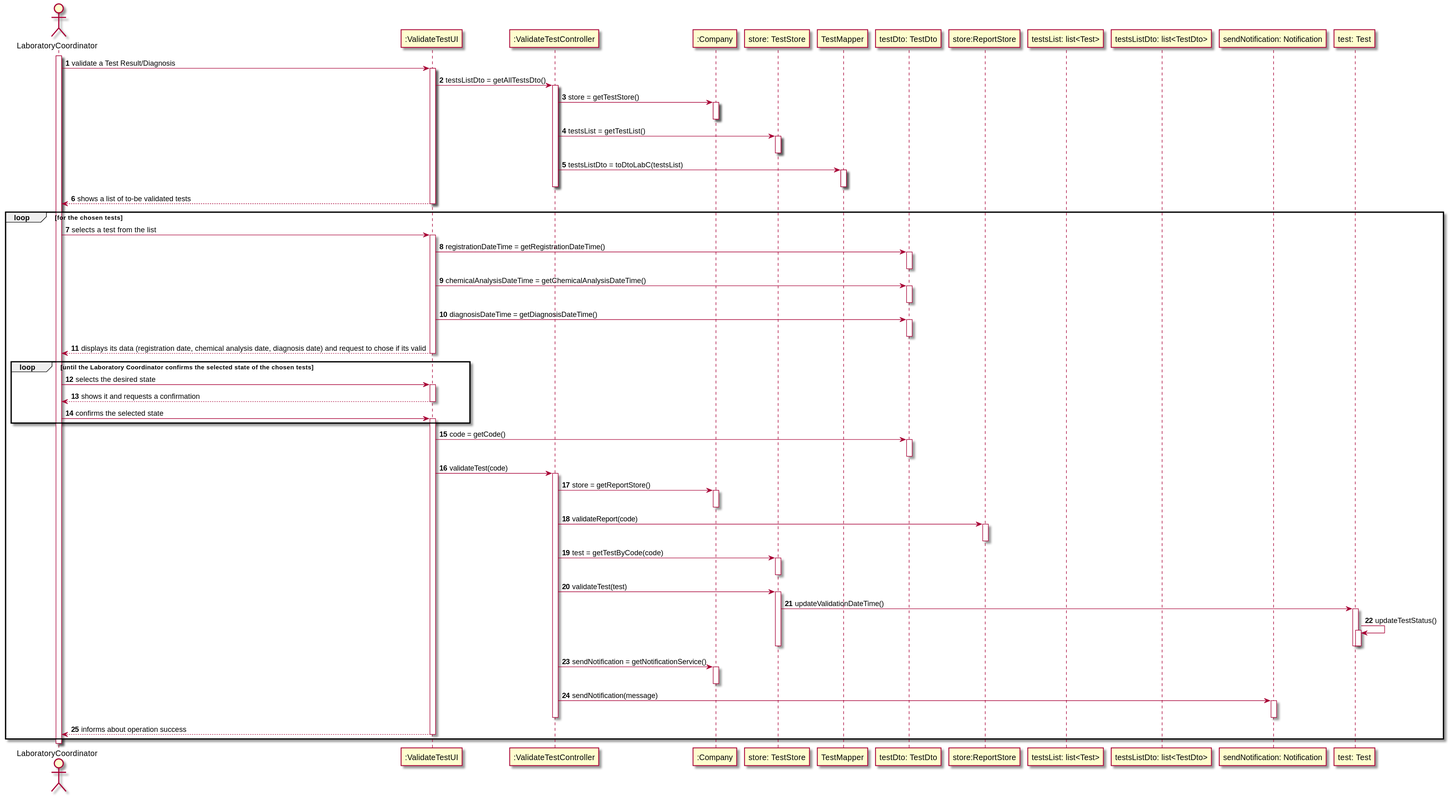
The PlantUML diagram docs/SprintC/US15/US15-SD.svg in 0franciscor/lei-21-s2-1de-g19, before a commit.
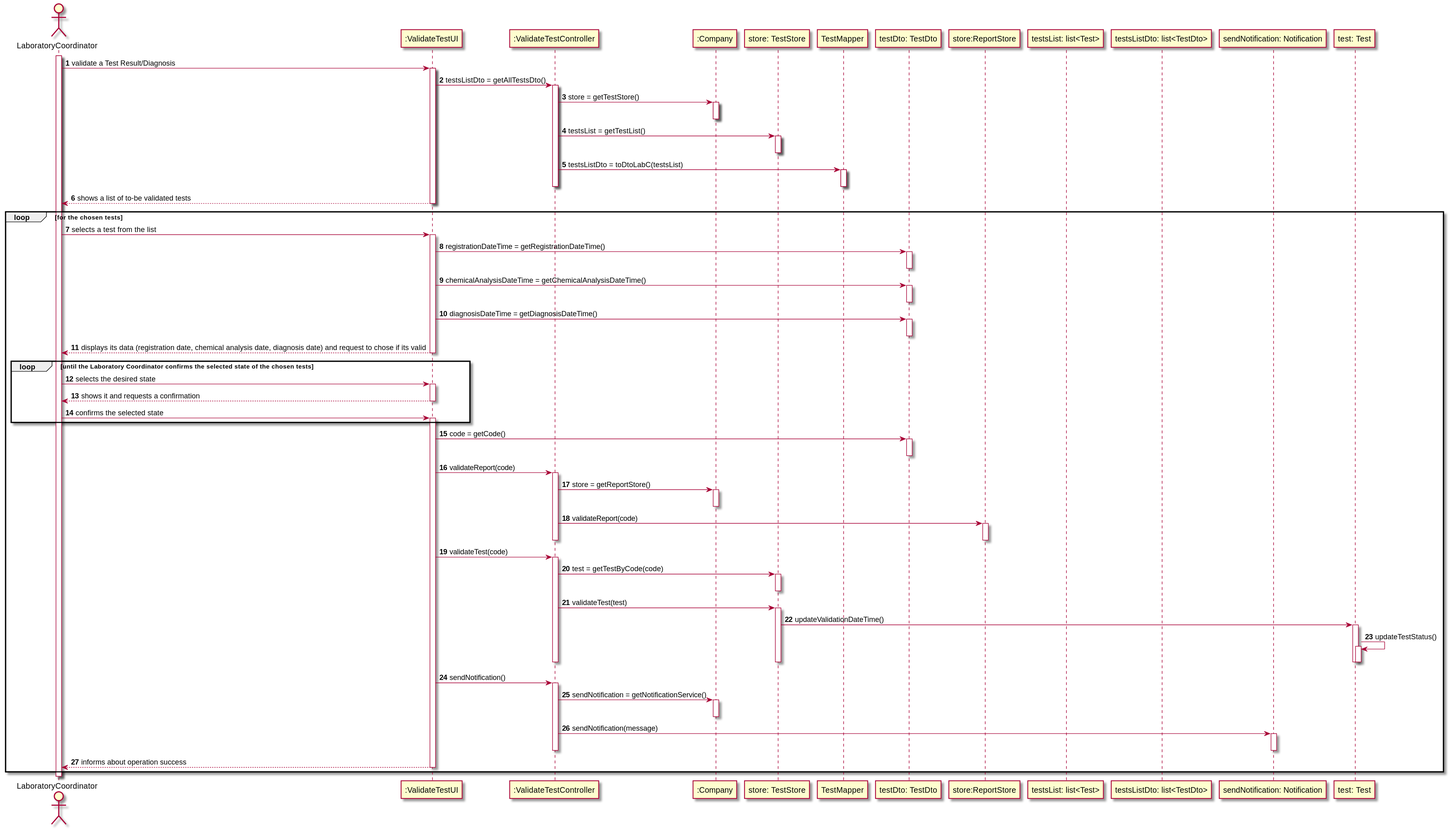
After the commit.

Commit message:
[US15] - Alteração de Diagramas para correção de erros.

What changed in the source:
```diff
@@ -94,11 +94,11 @@
 deactivate TestDto
 
 
-validateTestUI -> validateTestCont : validateTest(code)
+validateTestUI -> validateTestCont : validateReport(code)
+
 
 
 activate validateTestCont
-
 validateTestCont -> comp: store = getReportStore()
 activate comp
 deactivate comp
@@ -107,8 +107,14 @@
 validateTestCont -> ReportStore : validateReport(code)
 activate ReportStore
 deactivate ReportStore
+deactivate validateTestCont
+
+validateTestUI -> validateTestCont : validateTest(code)
+activate validateTestCont
+
 
 validateTestCont -> TestStore : test = getTestByCode(code)
+
 activate TestStore
 deactivate TestStore
 
@@ -123,6 +129,10 @@
 deactivate test
 deactivate test
 deactivate TestStore
+deactivate validateTestCont
+
+validateTestUI -> validateTestCont : sendNotification()
+activate validateTestCont
 
 
 validateTestCont -> comp: sendNotification = getNotificationService()
```
